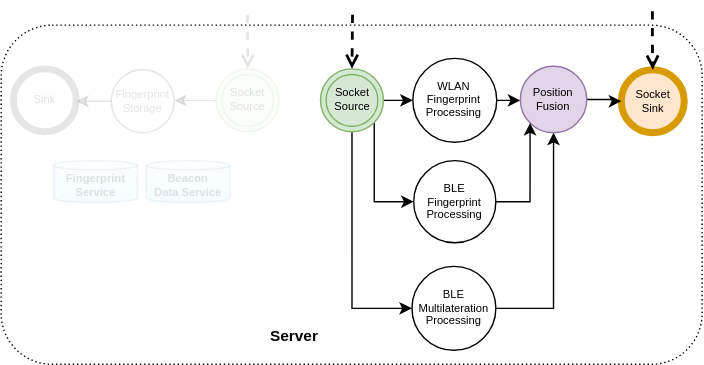
Above: slides/ipin2021/images/model-server-online.svg in OpenHPS/openhps.org (draw.io), before the change. Source tidied: cells renumbered, new cells last; positions are measured from the earlier drawing's top-left corner, leaving out a move shared by most shapes.
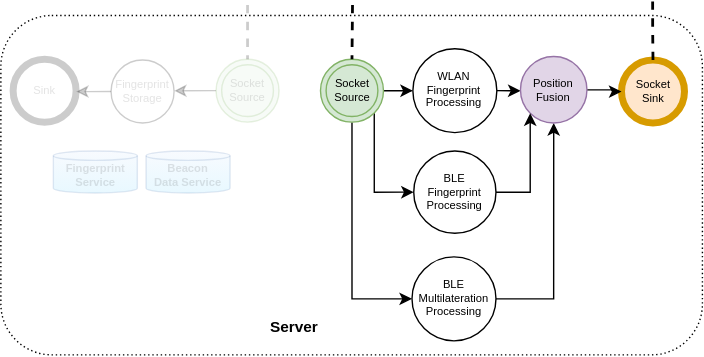
The same diagram one commit later.

The edit, as a diff of the source:
```diff
@@ -8,10 +8,10 @@
     <mxCell id="3" value="Socket&lt;br style=&quot;font-size: 8px;&quot;&gt;Sink" style="shape=ellipse;html=1;dashed=0;whitespace=wrap;strokeWidth=5;perimeter=ellipsePerimeter;fontSize=8;fillColor=#ffe6cc;strokeColor=#d79b00;" parent="1" vertex="1">
       <mxGeometry x="443.6" y="41.4" width="45" height="45" as="geometry" />
     </mxCell>
-    <mxCell id="4" style="edgeStyle=orthogonalEdgeStyle;rounded=0;jettySize=auto;html=1;exitX=0;exitY=0.5;exitDx=0;exitDy=0;entryX=1;entryY=0.5;entryDx=0;entryDy=0;startArrow=none;startFill=0;endArrow=classic;endFill=1;fontSize=8;textOpacity=10;opacity=10;" parent="1" edge="1" source="5" target="12">
+    <mxCell id="4" style="edgeStyle=orthogonalEdgeStyle;rounded=0;jettySize=auto;html=1;exitX=0;exitY=0.5;exitDx=0;exitDy=0;entryX=1;entryY=0.5;entryDx=0;entryDy=0;startArrow=none;startFill=0;endArrow=classic;endFill=1;fontSize=8;textOpacity=10;opacity=20;" parent="1" edge="1" source="5" target="12">
       <mxGeometry relative="1" as="geometry" />
     </mxCell>
-    <mxCell id="5" value="Socket&lt;br style=&quot;font-size: 8px;&quot;&gt;Source" style="ellipse;shape=doubleEllipse;html=1;dashed=0;whitespace=wrap;fontSize=8;fillColor=#d5e8d4;strokeColor=#82b366;textOpacity=10;opacity=10;" parent="1" vertex="1">
+    <mxCell id="5" value="Socket&lt;br style=&quot;font-size: 8px;&quot;&gt;Source" style="ellipse;shape=doubleEllipse;html=1;dashed=0;whitespace=wrap;fontSize=8;fillColor=#d5e8d4;strokeColor=#82b366;textOpacity=10;opacity=20;" parent="1" vertex="1">
       <mxGeometry x="153.9" y="40.8" width="45" height="45" as="geometry" />
     </mxCell>
     <mxCell id="6" style="edgeStyle=orthogonalEdgeStyle;rounded=0;jettySize=auto;html=1;entryX=0;entryY=0.5;entryDx=0;entryDy=0;strokeWidth=1;fontFamily=Helvetica;fontSize=11;" parent="1" edge="1" source="9" target="18">
@@ -30,29 +30,29 @@
     <mxCell id="9" value="Socket&lt;br style=&quot;font-size: 8px;&quot;&gt;Source" style="ellipse;shape=doubleEllipse;html=1;dashed=0;whitespace=wrap;fontSize=8;fillColor=#d5e8d4;strokeColor=#82b366;" parent="1" vertex="1">
       <mxGeometry x="228.5" y="40.8" width="45" height="45" as="geometry" />
     </mxCell>
-    <mxCell id="10" style="edgeStyle=orthogonalEdgeStyle;rounded=0;jettySize=auto;html=1;entryX=0.5;entryY=0;entryDx=0;entryDy=0;dashed=1;endArrow=open;endFill=0;startArrow=none;startFill=0;fontSize=8;strokeWidth=2;textOpacity=10;opacity=10;" parent="1" edge="1" target="5">
+    <mxCell id="10" style="edgeStyle=orthogonalEdgeStyle;rounded=0;jettySize=auto;html=1;entryX=0.5;entryY=0;entryDx=0;entryDy=0;dashed=1;endArrow=none;endFill=0;startArrow=none;startFill=0;fontSize=8;strokeWidth=2;textOpacity=10;opacity=20;" parent="1" edge="1" target="5">
       <mxGeometry relative="1" as="geometry">
         <mxPoint x="176.4" y="2" as="sourcePoint" />
       </mxGeometry>
     </mxCell>
-    <mxCell id="11" style="edgeStyle=orthogonalEdgeStyle;rounded=0;jettySize=auto;html=1;exitX=0;exitY=0.5;exitDx=0;exitDy=0;entryX=1;entryY=0.5;entryDx=0;entryDy=0;startArrow=none;startFill=0;endArrow=classic;endFill=1;fontSize=8;textOpacity=10;opacity=10;" parent="1" edge="1" source="12" target="14">
+    <mxCell id="11" style="edgeStyle=orthogonalEdgeStyle;rounded=0;jettySize=auto;html=1;exitX=0;exitY=0.5;exitDx=0;exitDy=0;entryX=1;entryY=0.5;entryDx=0;entryDy=0;startArrow=none;startFill=0;endArrow=classic;endFill=1;fontSize=8;textOpacity=10;opacity=20;" parent="1" edge="1" source="12" target="14">
       <mxGeometry relative="1" as="geometry" />
     </mxCell>
-    <mxCell id="12" value="&lt;font style=&quot;font-size: 8px;&quot;&gt;Fingerprint&lt;br style=&quot;font-size: 8px;&quot;&gt;Storage&lt;br style=&quot;font-size: 8px;&quot;&gt;&lt;/font&gt;" style="ellipse;whiteSpace=wrap;html=1;fontSize=8;textOpacity=10;opacity=10;" parent="1" vertex="1">
+    <mxCell id="12" value="&lt;font style=&quot;font-size: 8px;&quot;&gt;Fingerprint&lt;br style=&quot;font-size: 8px;&quot;&gt;Storage&lt;br style=&quot;font-size: 8px;&quot;&gt;&lt;/font&gt;" style="ellipse;whiteSpace=wrap;html=1;fontSize=8;textOpacity=10;opacity=20;" parent="1" vertex="1">
       <mxGeometry x="78.9" y="41.4" width="45" height="45" as="geometry" />
     </mxCell>
-    <mxCell id="13" value="Fingerprint&lt;br style=&quot;font-size: 8px;&quot;&gt;Service" style="shape=cylinder3;whiteSpace=wrap;html=1;boundedLbl=1;backgroundOutline=1;size=3.333343505859375;fontSize=8;strokeColor=#6c8ebf;fontStyle=1;fillColor=#DAE8FC;gradientColor=#8CDDFF;textOpacity=10;opacity=10;" parent="1" vertex="1">
+    <mxCell id="13" value="Fingerprint&lt;br style=&quot;font-size: 8px;&quot;&gt;Service" style="shape=cylinder3;whiteSpace=wrap;html=1;boundedLbl=1;backgroundOutline=1;size=3.333343505859375;fontSize=8;strokeColor=#6c8ebf;fontStyle=1;fillColor=#DAE8FC;gradientColor=#8CDDFF;textOpacity=10;opacity=20;" parent="1" vertex="1">
       <mxGeometry x="37.6" y="106.4" width="60" height="30" as="geometry" />
     </mxCell>
-    <mxCell id="14" value="Sink" style="shape=ellipse;html=1;dashed=0;whitespace=wrap;strokeWidth=5;perimeter=ellipsePerimeter;fontSize=8;textOpacity=10;opacity=10;" parent="1" vertex="1">
+    <mxCell id="14" value="Sink" style="shape=ellipse;html=1;dashed=0;whitespace=wrap;strokeWidth=5;perimeter=ellipsePerimeter;fontSize=8;textOpacity=10;opacity=20;" parent="1" vertex="1">
       <mxGeometry x="8.9" y="40.8" width="45" height="45" as="geometry" />
     </mxCell>
-    <mxCell id="15" style="edgeStyle=orthogonalEdgeStyle;rounded=0;jettySize=auto;html=1;entryX=0.5;entryY=0;entryDx=0;entryDy=0;dashed=1;endArrow=open;endFill=0;startArrow=none;startFill=0;fontSize=8;strokeWidth=2;" parent="1" edge="1" target="9">
+    <mxCell id="15" style="edgeStyle=orthogonalEdgeStyle;rounded=0;jettySize=auto;html=1;entryX=0.5;entryY=0;entryDx=0;entryDy=0;dashed=1;endArrow=none;endFill=0;startArrow=none;startFill=0;fontSize=8;strokeWidth=2;" parent="1" edge="1" target="9">
       <mxGeometry relative="1" as="geometry">
         <mxPoint x="251.4" y="2" as="sourcePoint" />
       </mxGeometry>
     </mxCell>
-    <mxCell id="16" style="edgeStyle=orthogonalEdgeStyle;rounded=0;jettySize=auto;html=1;entryX=0.5;entryY=0;entryDx=0;entryDy=0;dashed=1;endArrow=open;endFill=0;startArrow=none;startFill=0;fontSize=8;strokeWidth=2;" parent="1" edge="1" target="3">
+    <mxCell id="16" style="edgeStyle=orthogonalEdgeStyle;rounded=0;jettySize=auto;html=1;entryX=0.5;entryY=0;entryDx=0;entryDy=0;dashed=1;endArrow=none;endFill=0;startArrow=none;startFill=0;fontSize=8;strokeWidth=2;" parent="1" edge="1" target="3">
       <mxGeometry relative="1" as="geometry">
         <mxPoint x="465.8" y="-0.5" as="sourcePoint" />
       </mxGeometry>
@@ -84,7 +84,7 @@
     <mxCell id="25" value="Server" style="text;html=1;strokeColor=none;fillColor=none;align=center;verticalAlign=middle;whiteSpace=wrap;rounded=0;dashed=1;dashPattern=1 2;fontStyle=1;fontSize=11;" parent="1" vertex="1">
       <mxGeometry x="190.1" y="222" width="40" height="20" as="geometry" />
     </mxCell>
-    <mxCell id="26" value="Beacon&lt;br&gt;Data Service" style="shape=cylinder3;whiteSpace=wrap;html=1;boundedLbl=1;backgroundOutline=1;size=3.333343505859375;fontSize=8;strokeColor=#6c8ebf;fontStyle=1;fillColor=#DAE8FC;gradientColor=#8CDDFF;textOpacity=10;opacity=10;" parent="1" vertex="1">
+    <mxCell id="26" value="Beacon&lt;br&gt;Data Service" style="shape=cylinder3;whiteSpace=wrap;html=1;boundedLbl=1;backgroundOutline=1;size=3.333343505859375;fontSize=8;strokeColor=#6c8ebf;fontStyle=1;fillColor=#DAE8FC;gradientColor=#8CDDFF;textOpacity=10;opacity=20;" parent="1" vertex="1">
       <mxGeometry x="103.9" y="106.4" width="60" height="30" as="geometry" />
     </mxCell>
   </root>
```
